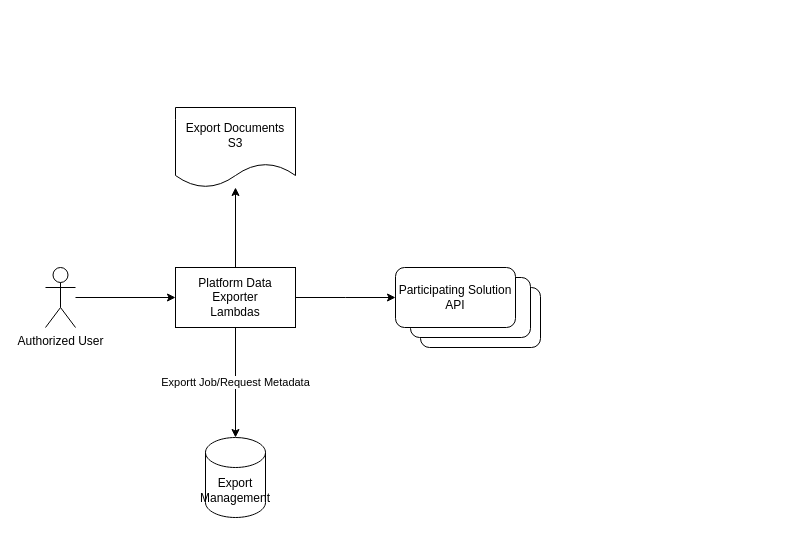
The draw.io diagram Platform PDE DFD.drawio in kharshawFL/PlatformDiagrams, before the edit. Source tidied: cells renumbered, new cells numbered last; positions are measured from the earlier drawing's top-left corner, leaving out a move shared by most shapes. Both pictures are drawn from the tidied source at 100%, with x=0, y=0 at pixel (45, 107).
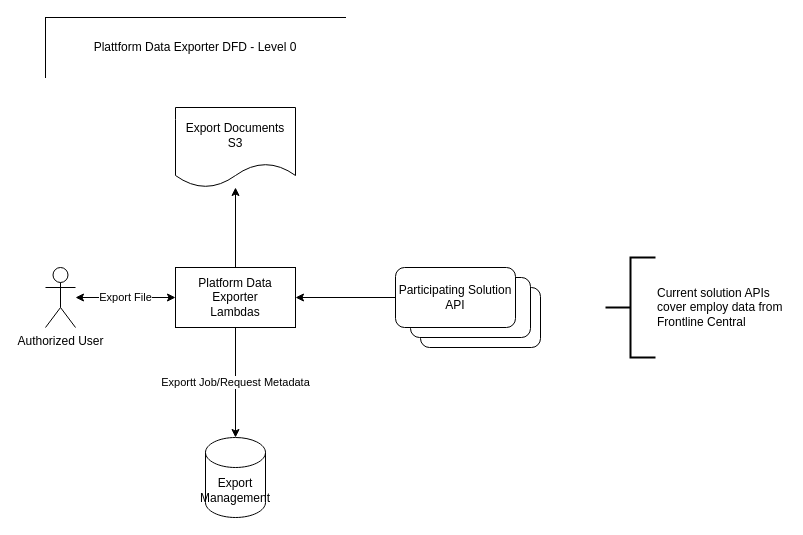
Above is the later version.

Change to the diagram source:
```diff
@@
 <mxGraphModel>
   <root>
     <mxCell id="0" />
     <mxCell id="1" parent="0" />
-    <mxCell id="2" style="edgeStyle=orthogonalEdgeStyle;rounded=0;jettySize=auto;html=1;" parent="1" edge="1" source="3">
-      <mxGeometry relative="1" as="geometry">
-        <mxPoint x="350" y="190" as="targetPoint" />
-      </mxGeometry>
+    <mxCell id="2" style="edgeStyle=orthogonalEdgeStyle;rounded=0;jettySize=auto;html=1;entryX=1;entryY=0.5;entryDx=0;entryDy=0;exitX=0;exitY=0.5;exitDx=0;exitDy=0;" parent="1" edge="1" source="11" target="3">
+      <mxGeometry relative="1" as="geometry" />
     </mxCell>
     <mxCell id="3" value="Platform Data Exporter&lt;br&gt;Lambdas" style="rounded=0;whiteSpace=wrap;html=1;" parent="1" vertex="1">
       <mxGeometry x="130" y="160" width="120" height="60" as="geometry" />
     </mxCell>
     <mxCell id="4" value="Export Management" style="shape=cylinder3;whiteSpace=wrap;html=1;boundedLbl=1;backgroundOutline=1;size=15;" parent="1" vertex="1">
       <mxGeometry x="160" y="330" width="60" height="80" as="geometry" />
     </mxCell>
     <mxCell id="5" value="Export Documents&lt;br&gt;S3" style="shape=document;whiteSpace=wrap;html=1;boundedLbl=1;" parent="1" vertex="1">
       <mxGeometry x="130" width="120" height="80" as="geometry" />
     </mxCell>
     <mxCell id="6" value="Authorized User" style="shape=umlActor;verticalLabelPosition=bottom;verticalAlign=top;html=1;outlineConnect=0;" parent="1" vertex="1">
       <mxGeometry y="160" width="30" height="60" as="geometry" />
     </mxCell>
     <mxCell id="7" value="Exportt Job/Request Metadata" style="endArrow=classic;html=1;rounded=0;exitX=0.5;exitY=1;exitDx=0;exitDy=0;entryX=0.5;entryY=0;entryDx=0;entryDy=0;entryPerimeter=0;" parent="1" edge="1" source="3" target="4">
       <mxGeometry relative="1" as="geometry" />
     </mxCell>
     <mxCell id="8" style="endArrow=classic;html=1;rounded=0;exitX=0.5;exitY=0;exitDx=0;exitDy=0;" parent="1" edge="1" source="3" target="5">
       <mxGeometry relative="1" as="geometry" />
     </mxCell>
     <mxCell id="9" style="rounded=1;whiteSpace=wrap;html=1;" parent="1" vertex="1">
       <mxGeometry x="375" y="180" width="120" height="60" as="geometry" />
     </mxCell>
     <mxCell id="10" style="rounded=1;whiteSpace=wrap;html=1;" parent="1" vertex="1">
       <mxGeometry x="365" y="170" width="120" height="60" as="geometry" />
     </mxCell>
     <mxCell id="11" value="Participating Solution API" style="rounded=1;whiteSpace=wrap;html=1;" parent="1" vertex="1">
       <mxGeometry x="350" y="160" width="120" height="60" as="geometry" />
     </mxCell>
-    <mxCell id="12" style="endArrow=classic;html=1;rounded=0;entryX=0;entryY=0.5;entryDx=0;entryDy=0;" parent="1" edge="1" source="6" target="3">
+    <mxCell id="12" value="Export File" style="endArrow=classic;html=1;rounded=0;entryX=0;entryY=0.5;entryDx=0;entryDy=0;endFill=1;startArrow=classic;startFill=1;" parent="1" edge="1" source="6" target="3">
       <mxGeometry relative="1" as="geometry" />
     </mxCell>
+    <mxCell id="13" value="Plattform Data Exporter DFD - Level 0" style="shape=partialRectangle;whiteSpace=wrap;html=1;bottom=0;right=0;fillColor=none;" parent="1" vertex="1">
+      <mxGeometry y="-90" width="300" height="60" as="geometry" />
+    </mxCell>
+    <mxCell id="14" value="Current solution APIs &lt;br&gt;cover employ data from&amp;nbsp;&lt;br&gt;Frontline Central" style="strokeWidth=2;html=1;shape=mxgraph.flowchart.annotation_2;align=left;labelPosition=right;" parent="1" vertex="1">
+      <mxGeometry x="560" y="150" width="50" height="100" as="geometry" />
+    </mxCell>
   </root>
 </mxGraphModel>
```
